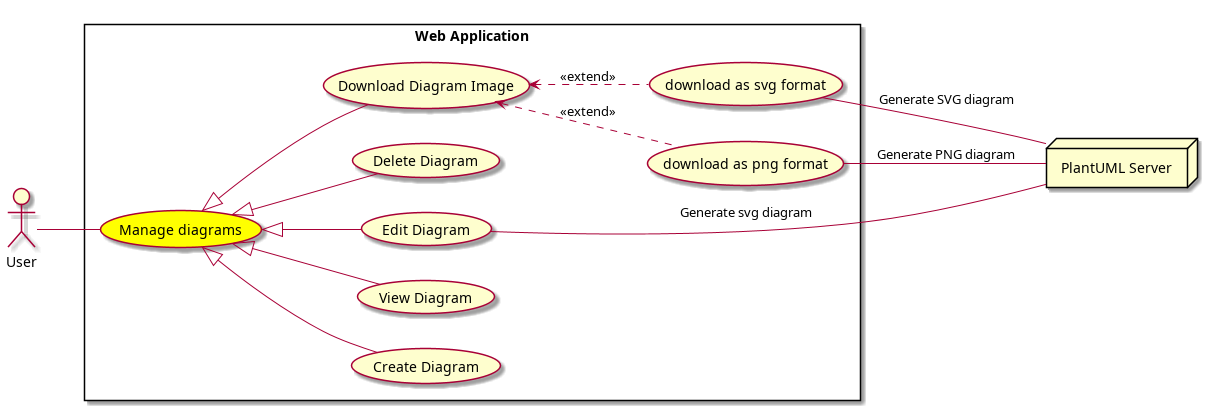
The PlantUML diagram conception/SprintIV/use_case_diagrams/refined_use_case_feature_diagram_management.png in souhaib-askri/report_pfe, before a commit. Its source is kept beside it as conception/SprintIV/use_case_diagrams/refined_use_case_feature_diagram_management.puml. The source it was exported from:
```plantuml
@startuml
left to right direction

actor "User" as User
node "PlantUML Server" as PlantUMLServer

rectangle "Web Application" {
    usecase "Manage diagrams" as ManageDiagrams#Yellow
    usecase "Create Diagram" as CreateDiagram
    usecase "View Diagram" as ViewDiagram
    usecase "Edit Diagram" as EditDiagram
    usecase "Delete Diagram" as DeleteDiagram
    usecase "Download Diagram Image" as DownloadDiagramImage
    usecase "download as svg format" as DownloadSVGFormat
    usecase "download as png format" as DownloadPNGFormat
}

User -- ManageDiagrams

ManageDiagrams <|-- CreateDiagram
ManageDiagrams <|-- ViewDiagram
ManageDiagrams <|-- EditDiagram
ManageDiagrams <|-- DeleteDiagram
ManageDiagrams <|-- DownloadDiagramImage
DownloadDiagramImage <.. DownloadSVGFormat : <<extend>>
DownloadDiagramImage <.. DownloadPNGFormat : <<extend>>
DownloadSVGFormat -- PlantUMLServer : "Generate SVG diagram"
DownloadPNGFormat -- PlantUMLServer : "Generate PNG diagram"
EditDiagram -- PlantUMLServer : "Generate svg diagram"


@enduml
```
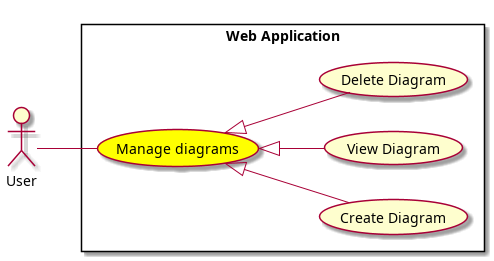
The same diagram one commit later.

Commit message:
coception : sprint IV:update usecases

Change to the diagram source:
```diff
@@ -2,31 +2,17 @@
 left to right direction
 
 actor "User" as User
-node "PlantUML Server" as PlantUMLServer
 
 rectangle "Web Application" {
     usecase "Manage diagrams" as ManageDiagrams#Yellow
     usecase "Create Diagram" as CreateDiagram
     usecase "View Diagram" as ViewDiagram
-    usecase "Edit Diagram" as EditDiagram
     usecase "Delete Diagram" as DeleteDiagram
-    usecase "Download Diagram Image" as DownloadDiagramImage
-    usecase "download as svg format" as DownloadSVGFormat
-    usecase "download as png format" as DownloadPNGFormat
 }
 
 User -- ManageDiagrams
 
 ManageDiagrams <|-- CreateDiagram
 ManageDiagrams <|-- ViewDiagram
-ManageDiagrams <|-- EditDiagram
 ManageDiagrams <|-- DeleteDiagram
-ManageDiagrams <|-- DownloadDiagramImage
-DownloadDiagramImage <.. DownloadSVGFormat : <<extend>>
-DownloadDiagramImage <.. DownloadPNGFormat : <<extend>>
-DownloadSVGFormat -- PlantUMLServer : "Generate SVG diagram"
-DownloadPNGFormat -- PlantUMLServer : "Generate PNG diagram"
-EditDiagram -- PlantUMLServer : "Generate svg diagram"
-
-
 @enduml
```
